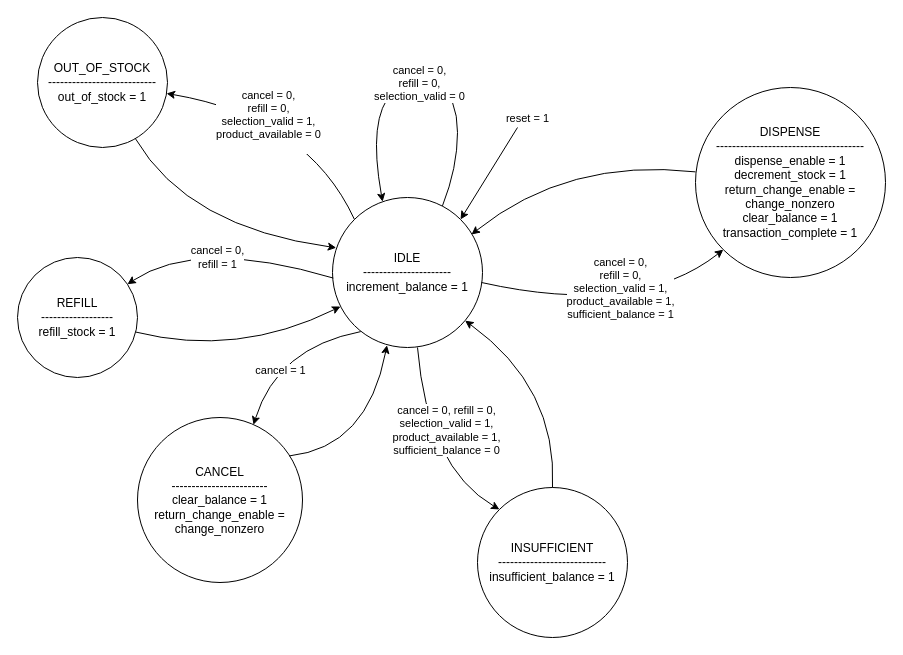
Earlier version of the draw.io diagram page "fsm" (3 of 4) of systemverilog-workshop/smart_vending_machine_controller/docs/vending_machine.drawio (AbdurRahman020/MEDS). Source tidied: cells renumbered, new cells numbered last; positions are measured from the earlier drawing's top-left corner, leaving out a move shared by most shapes. Both pictures are drawn from the tidied source at 100%, with x=0, y=0 at pixel (17, 17).
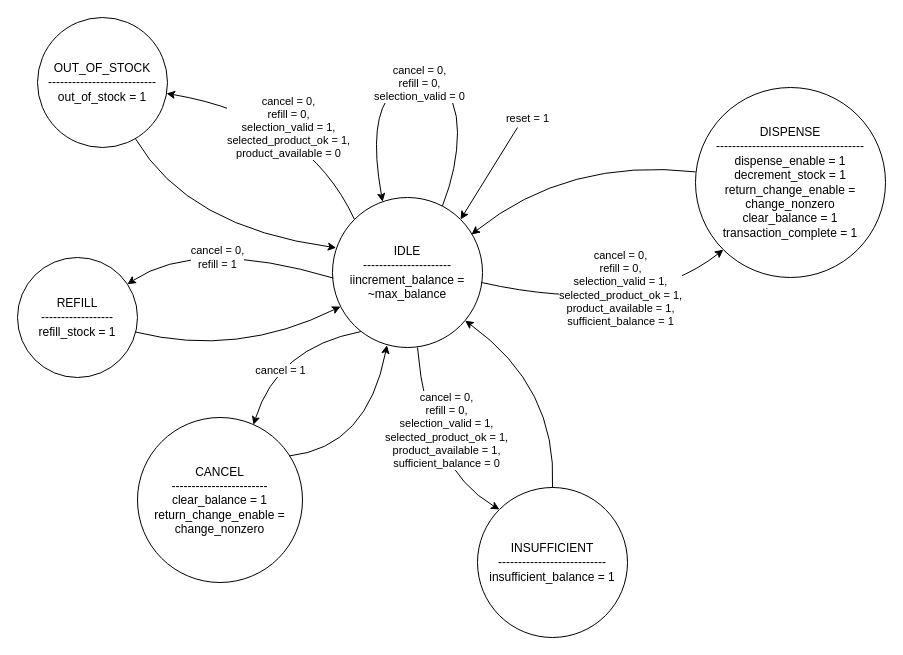
After the change.

The change refers to these unchanged cells:
```xml
<mxCell id="9" style="curved=1;endArrow=classic;html=1;rounded=0;entryX=0;entryY=1;entryDx=0;entryDy=0;" parent="1" edge="1" target="2">
  <mxGeometry relative="1" as="geometry">
    <mxPoint x="464" y="265" as="sourcePoint" />
    <Array as="points">
      <mxPoint x="620" y="300" />
    </Array>
  </mxGeometry>
</mxCell>
<mxCell id="16" style="curved=1;endArrow=none;html=1;rounded=0;exitX=0;exitY=0;exitDx=0;exitDy=0;startArrow=classic;startFill=1;endFill=0;" parent="1" edge="1" source="5">
  <mxGeometry relative="1" as="geometry">
    <mxPoint x="400" y="330" as="targetPoint" />
    <Array as="points">
      <mxPoint x="410" y="450" />
    </Array>
  </mxGeometry>
</mxCell>
<mxCell id="21" style="curved=1;endArrow=classic;html=1;rounded=0;exitX=0;exitY=0;exitDx=0;exitDy=0;startArrow=none;startFill=0;endFill=1;" parent="1" edge="1" source="4" target="6">
  <mxGeometry relative="1" as="geometry">
    <Array as="points">
      <mxPoint x="290" y="100" />
    </Array>
  </mxGeometry>
</mxCell>
```

The edit, as a diff of the source:
```diff
@@
-    <mxCell id="4" value="&lt;div&gt;IDLE&lt;br&gt;----------------------&lt;/div&gt;&lt;div&gt;increment_balance = 1&lt;/div&gt;" style="ellipse;whiteSpace=wrap;html=1;" parent="1" vertex="1">
+    <mxCell id="4" value="&lt;div&gt;IDLE&lt;br&gt;----------------------&lt;/div&gt;&lt;div&gt;iincrement_balance = ~max_balance&lt;/div&gt;" style="ellipse;whiteSpace=wrap;html=1;" parent="1" vertex="1">
       <mxGeometry x="315" y="180" width="150" height="150" as="geometry" />
     </mxCell>
@@
-    <mxCell id="10" value="cancel = 0,&lt;br&gt;refill = 0,&lt;br&gt;selection_valid = 1,&lt;br&gt;product_available = 1,&lt;br&gt;sufficient_balance = 1" style="edgeLabel;html=1;align=center;verticalAlign=middle;" parent="9" vertex="1">
+    <mxCell id="10" value="cancel = 0,&lt;br&gt;refill = 0,&lt;br&gt;selection_valid = 1,&lt;div&gt;selected_product_ok = 1,&lt;br&gt;product_available = 1,&lt;br&gt;sufficient_balance = 1&lt;/div&gt;" style="edgeLabel;html=1;align=center;verticalAlign=middle;" parent="9" vertex="1">
       <mxGeometry x="-0.17" y="38" relative="1" as="geometry">
         <mxPoint x="21" y="18" as="offset" />
       </mxGeometry>
     </mxCell>
@@
-    <mxCell id="17" value="cancel = 0, refill = 0,&lt;br&gt;selection_valid = 1,&lt;br&gt;product_available = 1,&lt;br&gt;sufficient_balance = 0" style="edgeLabel;html=1;align=center;verticalAlign=middle;" parent="16" vertex="1">
+    <mxCell id="17" value="cancel = 0,&lt;br&gt;refill = 0,&lt;br&gt;selection_valid = 1,&lt;div&gt;selected_product_ok = 1,&lt;br&gt;product_available = 1,&lt;br&gt;sufficient_balance = 0&lt;/div&gt;" style="edgeLabel;html=1;align=center;verticalAlign=middle;" parent="16" vertex="1">
       <mxGeometry x="0.18" y="-6" relative="1" as="geometry">
         <mxPoint x="16" as="offset" />
       </mxGeometry>
     </mxCell>
@@
-    <mxCell id="22" value="cancel = 0,&lt;br&gt;refill = 0,&lt;br&gt;selection_valid = 1,&lt;br&gt;product_available = 0&lt;div&gt;&lt;br/&gt;&lt;/div&gt;" style="edgeLabel;html=1;align=center;verticalAlign=middle;" parent="21" vertex="1">
+    <mxCell id="22" value="cancel = 0,&lt;br&gt;refill = 0,&lt;br&gt;selection_valid = 1,&lt;br&gt;selected_product_ok = 1,&lt;br&gt;product_available = 0" style="edgeLabel;html=1;align=center;verticalAlign=middle;" parent="21" vertex="1">
       <mxGeometry x="0.15" y="15" relative="1" as="geometry">
-        <mxPoint x="-3" y="-5" as="offset" />
+        <mxPoint x="17" y="1" as="offset" />
       </mxGeometry>
     </mxCell>
```
